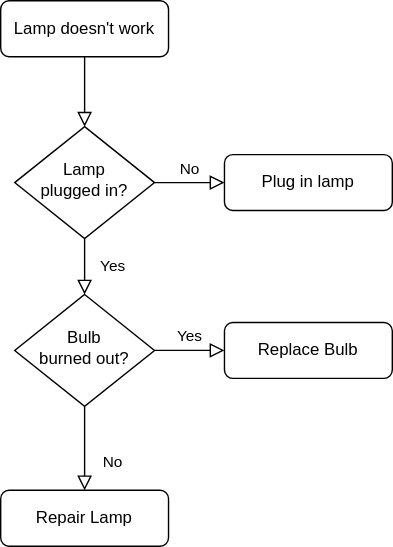
Earlier version of the draw.io export 未命名绘图.drawio.svg (azper8/iodraw-files). Source tidied: cells renumbered, new cells last; positions are measured from the earlier drawing's top-left corner, leaving out a move shared by most shapes.
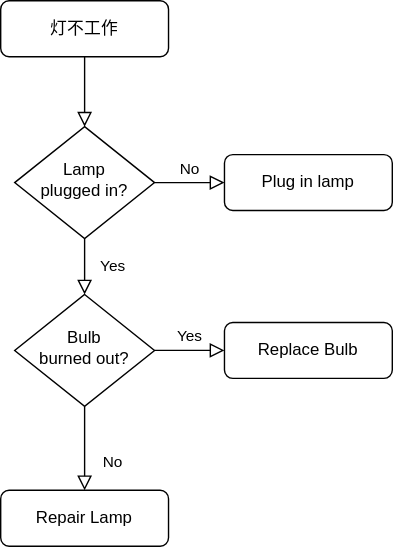
The same file after the commit.

Commit message:
更新未命名绘图.drawio.svg

What changed in the source:
```diff
@@ -5,7 +5,7 @@
     <mxCell id="2" style="rounded=0;html=1;jettySize=auto;fontSize=11;endArrow=block;endFill=0;endSize=8;strokeWidth=1;shadow=0;labelBackgroundColor=none;edgeStyle=orthogonalEdgeStyle;" parent="1" edge="1" source="3" target="6">
       <mxGeometry relative="1" as="geometry" />
     </mxCell>
-    <mxCell id="3" value="Lamp doesn't work" style="rounded=1;whiteSpace=wrap;html=1;fontSize=12;glass=0;strokeWidth=1;shadow=0;" parent="1" vertex="1">
+    <mxCell id="3" value="灯不工作" style="rounded=1;whiteSpace=wrap;html=1;fontSize=12;glass=0;strokeWidth=1;shadow=0;" parent="1" vertex="1">
       <mxGeometry width="120" height="40" as="geometry" />
     </mxCell>
     <mxCell id="4" value="Yes" style="rounded=0;html=1;jettySize=auto;fontSize=11;endArrow=block;endFill=0;endSize=8;strokeWidth=1;shadow=0;labelBackgroundColor=none;edgeStyle=orthogonalEdgeStyle;" parent="1" edge="1" source="6" target="10">
```
